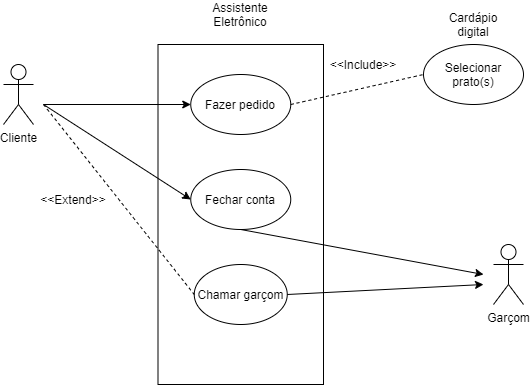
The draw.io diagram AssitenteEletronico.drawio.png in hinname/project-Restaurant, before a commit. Source tidied: cells renumbered, new cells last; positions are measured from the earlier drawing's top-left corner, leaving out a move shared by most shapes. Source of this version:
```xml
<mxGraphModel>
  <root>
    <mxCell id="0" />
    <mxCell id="1" parent="0" />
    <mxCell id="2" style="rounded=0;whiteSpace=wrap;html=1;" parent="1" vertex="1">
      <mxGeometry x="154.5" y="40" width="165.5" height="340" as="geometry" />
    </mxCell>
    <mxCell id="3" value="Cliente" style="shape=umlActor;verticalLabelPosition=bottom;verticalAlign=top;html=1;" parent="1" vertex="1">
      <mxGeometry y="60" width="30" height="60" as="geometry" />
    </mxCell>
    <mxCell id="4" value="Assistente Eletrônico" style="text;html=1;strokeColor=none;fillColor=none;align=center;verticalAlign=middle;whiteSpace=wrap;rounded=0;" parent="1" vertex="1">
      <mxGeometry x="217.2" width="40" height="20" as="geometry" />
    </mxCell>
    <mxCell id="5" value="Garçom" style="shape=umlActor;verticalLabelPosition=bottom;verticalAlign=top;html=1;" parent="1" vertex="1">
      <mxGeometry x="490" y="240" width="30" height="60" as="geometry" />
    </mxCell>
    <mxCell id="6" value="Fazer pedido" style="ellipse;whiteSpace=wrap;html=1;" parent="1" vertex="1">
      <mxGeometry x="187.2" y="70" width="100" height="60" as="geometry" />
    </mxCell>
    <mxCell id="7" value="Fechar conta" style="ellipse;whiteSpace=wrap;html=1;" parent="1" vertex="1">
      <mxGeometry x="187.2" y="165" width="100" height="60" as="geometry" />
    </mxCell>
    <mxCell id="8" value="Chamar garçom" style="ellipse;whiteSpace=wrap;html=1;" parent="1" vertex="1">
      <mxGeometry x="190.8" y="260" width="93" height="60" as="geometry" />
    </mxCell>
    <mxCell id="9" value="Selecionar prato(s)" style="ellipse;whiteSpace=wrap;html=1;" parent="1" vertex="1">
      <mxGeometry x="420" y="40" width="100" height="60" as="geometry" />
    </mxCell>
    <mxCell id="10" style="endArrow=none;dashed=1;html=1;exitX=1;exitY=0.5;exitDx=0;exitDy=0;entryX=0;entryY=0.5;entryDx=0;entryDy=0;" parent="1" edge="1" source="6" target="9">
      <mxGeometry relative="1" as="geometry" />
    </mxCell>
    <mxCell id="11" value="&amp;lt;&amp;lt;Include&amp;gt;&amp;gt;" style="text;html=1;strokeColor=none;fillColor=none;align=center;verticalAlign=middle;whiteSpace=wrap;rounded=0;" parent="1" vertex="1">
      <mxGeometry x="340" y="50" width="40" height="20" as="geometry" />
    </mxCell>
    <mxCell id="12" style="endArrow=classic;html=1;entryX=0;entryY=0.5;entryDx=0;entryDy=0;" parent="1" edge="1" target="6">
      <mxGeometry relative="1" as="geometry">
        <mxPoint x="40" y="100" as="sourcePoint" />
      </mxGeometry>
    </mxCell>
    <mxCell id="13" style="endArrow=classic;html=1;entryX=0;entryY=0.5;entryDx=0;entryDy=0;" parent="1" edge="1" target="7">
      <mxGeometry relative="1" as="geometry">
        <mxPoint x="40" y="100" as="sourcePoint" />
      </mxGeometry>
    </mxCell>
    <mxCell id="14" style="endArrow=classic;html=1;exitX=0.5;exitY=1;exitDx=0;exitDy=0;" parent="1" edge="1" source="7">
      <mxGeometry relative="1" as="geometry">
        <mxPoint x="480" y="270" as="targetPoint" />
      </mxGeometry>
    </mxCell>
    <mxCell id="15" style="endArrow=classic;html=1;exitX=1;exitY=0.5;exitDx=0;exitDy=0;" parent="1" edge="1" source="8">
      <mxGeometry relative="1" as="geometry">
        <mxPoint x="480" y="280" as="targetPoint" />
      </mxGeometry>
    </mxCell>
    <mxCell id="16" style="endArrow=none;dashed=1;html=1;entryX=0;entryY=0.5;entryDx=0;entryDy=0;" parent="1" edge="1" target="8">
      <mxGeometry relative="1" as="geometry">
        <mxPoint x="40" y="100" as="sourcePoint" />
      </mxGeometry>
    </mxCell>
    <mxCell id="17" value="&amp;lt;&amp;lt;Extend&amp;gt;&amp;gt;" style="text;html=1;strokeColor=none;fillColor=none;align=center;verticalAlign=middle;whiteSpace=wrap;rounded=0;" parent="1" vertex="1">
      <mxGeometry x="50" y="185" width="40" height="20" as="geometry" />
    </mxCell>
    <mxCell id="18" value="Cardápio digital" style="text;html=1;strokeColor=none;fillColor=none;align=center;verticalAlign=middle;whiteSpace=wrap;rounded=0;" parent="1" vertex="1">
      <mxGeometry x="450" y="10" width="40" height="20" as="geometry" />
    </mxCell>
  </root>
</mxGraphModel>
```
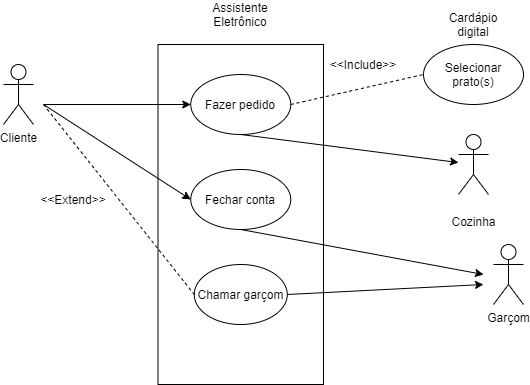
Later version of the same file.

The edit, as a diff of the source:
```diff
@@ -63,5 +63,11 @@
     <mxCell id="18" value="Cardápio digital" style="text;html=1;strokeColor=none;fillColor=none;align=center;verticalAlign=middle;whiteSpace=wrap;rounded=0;" parent="1" vertex="1">
       <mxGeometry x="450" y="10" width="40" height="20" as="geometry" />
     </mxCell>
+    <mxCell id="19" style="endArrow=classic;html=1;fontSize=15;exitX=0.5;exitY=1;exitDx=0;exitDy=0;" parent="1" edge="1" source="6" target="20">
+      <mxGeometry relative="1" as="geometry" />
+    </mxCell>
+    <mxCell id="20" value="&lt;br&gt;Cozinha" style="shape=umlActor;verticalLabelPosition=bottom;verticalAlign=top;html=1;outlineConnect=0;" parent="1" vertex="1">
+      <mxGeometry x="455" y="130" width="30" height="60" as="geometry" />
+    </mxCell>
   </root>
 </mxGraphModel>
```
